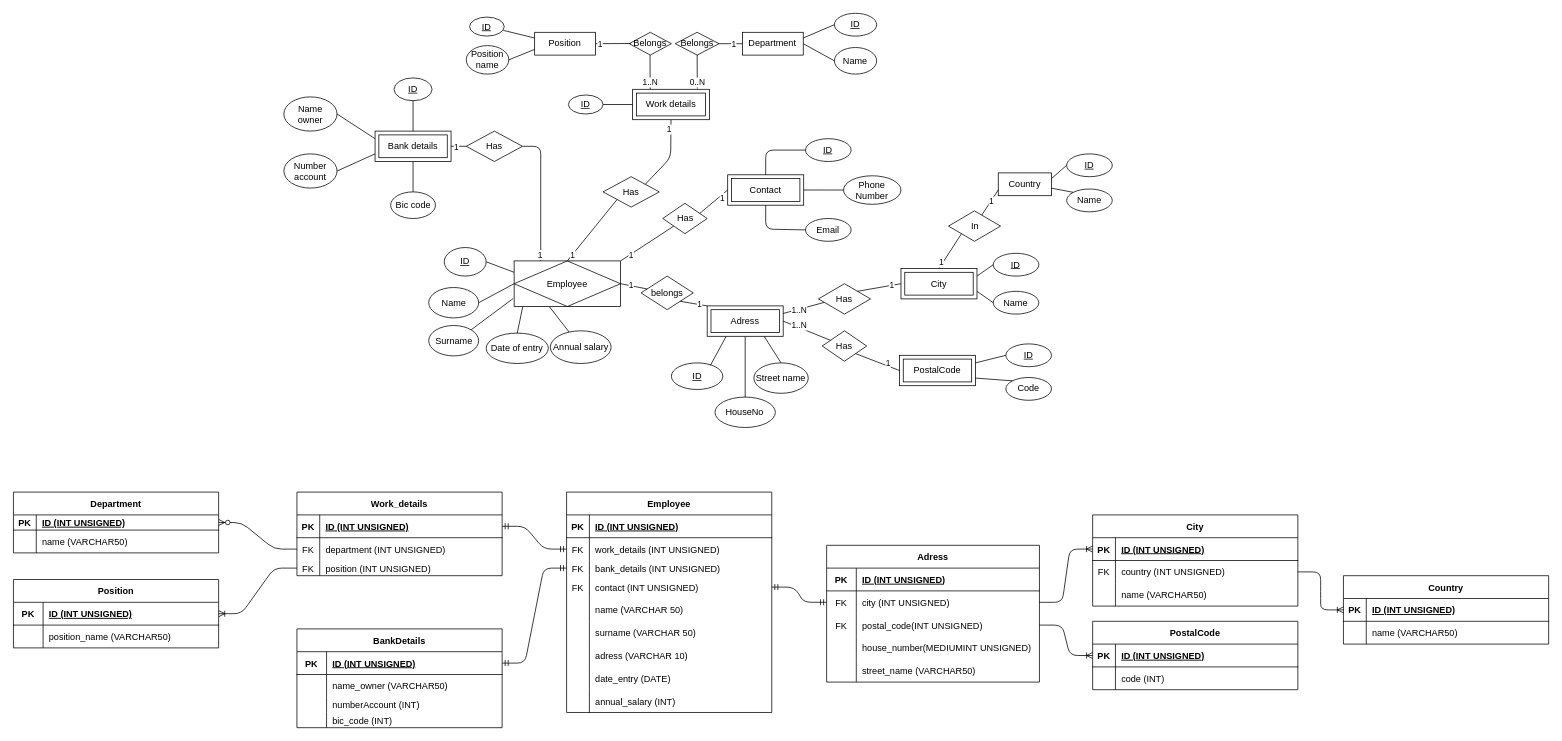
The draw.io diagram Scheme_database.drawio in AntoineD74/Database-project, before the edit. Source tidied: cells renumbered, new cells numbered last; positions are measured from the earlier drawing's top-left corner, leaving out a move shared by most shapes. Both pictures are drawn from the tidied source at 76%, with x=0, y=0 at pixel (13, 13).
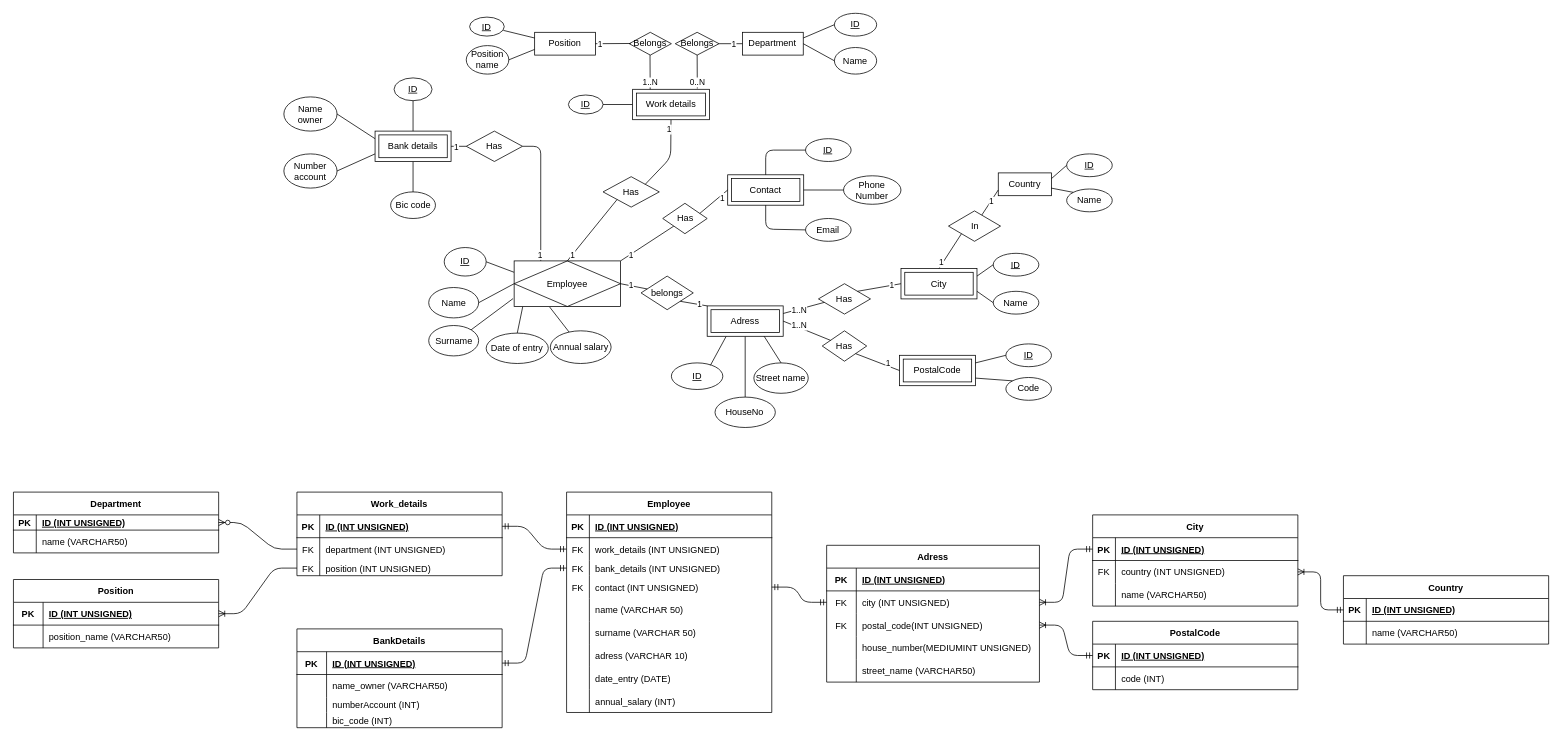
The same page after the edit.

Unchanged cells that the change refers to:
```xml
<mxCell id="71" style="shape=partialRectangle;fillColor=none;top=0;left=0;bottom=1;right=0;points=[[0,0.5],[1,0.5]];portConstraint=eastwest;" parent="70" vertex="1">
  <mxGeometry y="30" width="270" height="30" as="geometry" />
</mxCell>
<mxCell id="74" style="shape=partialRectangle;fillColor=none;top=0;left=0;bottom=0;right=0;points=[[0,0.5],[1,0.5]];portConstraint=eastwest;" parent="70" vertex="1">
  <mxGeometry y="60" width="270" height="30" as="geometry" />
</mxCell>
<mxCell id="81" style="shape=partialRectangle;fillColor=none;top=0;left=0;bottom=1;right=0;points=[[0,0.5],[1,0.5]];portConstraint=eastwest;" parent="80" vertex="1">
  <mxGeometry y="30" width="270" height="30" as="geometry" />
</mxCell>
<mxCell id="199" style="shape=partialRectangle;fillColor=none;top=0;left=0;bottom=1;right=0;points=[[0,0.5],[1,0.5]];portConstraint=eastwest;" parent="198" vertex="1">
  <mxGeometry y="30" width="270" height="30" as="geometry" />
</mxCell>
<mxCell id="211" style="shape=partialRectangle;fillColor=none;top=0;left=0;bottom=0;right=0;points=[[0,0.5],[1,0.5]];portConstraint=eastwest;" parent="207" vertex="1">
  <mxGeometry y="60" width="280" height="30" as="geometry" />
</mxCell>
<mxCell id="214" style="shape=partialRectangle;fillColor=none;top=0;left=0;bottom=0;right=0;points=[[0,0.5],[1,0.5]];portConstraint=eastwest;" parent="207" vertex="1">
  <mxGeometry y="90" width="280" height="30" as="geometry" />
</mxCell>
```

Diff of the diagram source:
```diff
@@
-    <mxCell id="119" style="edgeStyle=entityRelationEdgeStyle;fontSize=12;html=1;endArrow=ERoneToMany;exitX=1;exitY=0.5;exitDx=0;exitDy=0;entryX=0;entryY=0.5;entryDx=0;entryDy=0;" parent="1" edge="1" source="211" target="71">
-      <mxGeometry relative="1" as="geometry" />
-    </mxCell>
@@
-    <mxCell id="206" style="edgeStyle=entityRelationEdgeStyle;fontSize=12;html=1;endArrow=ERoneToMany;entryX=0;entryY=0.5;entryDx=0;entryDy=0;exitX=1;exitY=0.5;exitDx=0;exitDy=0;" parent="1" edge="1" source="74" target="199">
-      <mxGeometry relative="1" as="geometry" />
-    </mxCell>
@@
-    <mxCell id="223" style="edgeStyle=entityRelationEdgeStyle;fontSize=12;html=1;endArrow=ERoneToMany;exitX=1;exitY=0.5;exitDx=0;exitDy=0;entryX=0;entryY=0.5;entryDx=0;entryDy=0;" parent="1" edge="1" source="214" target="81">
-      <mxGeometry relative="1" as="geometry" />
-    </mxCell>
+    <mxCell id="224" style="edgeStyle=entityRelationEdgeStyle;fontSize=12;html=1;endArrow=ERoneToMany;startArrow=ERmandOne;entryX=1;entryY=0.5;entryDx=0;entryDy=0;" parent="1" edge="1" source="199" target="74">
+      <mxGeometry relative="1" as="geometry" />
+    </mxCell>
+    <mxCell id="225" style="edgeStyle=entityRelationEdgeStyle;fontSize=12;html=1;endArrow=ERoneToMany;startArrow=ERmandOne;entryX=1;entryY=0.5;entryDx=0;entryDy=0;exitX=0;exitY=0.5;exitDx=0;exitDy=0;" parent="1" edge="1" source="71" target="211">
+      <mxGeometry relative="1" as="geometry" />
+    </mxCell>
+    <mxCell id="226" style="edgeStyle=entityRelationEdgeStyle;fontSize=12;html=1;endArrow=ERoneToMany;startArrow=ERmandOne;entryX=1;entryY=0.5;entryDx=0;entryDy=0;exitX=0;exitY=0.5;exitDx=0;exitDy=0;" parent="1" edge="1" source="81" target="214">
+      <mxGeometry relative="1" as="geometry" />
+    </mxCell>
```
